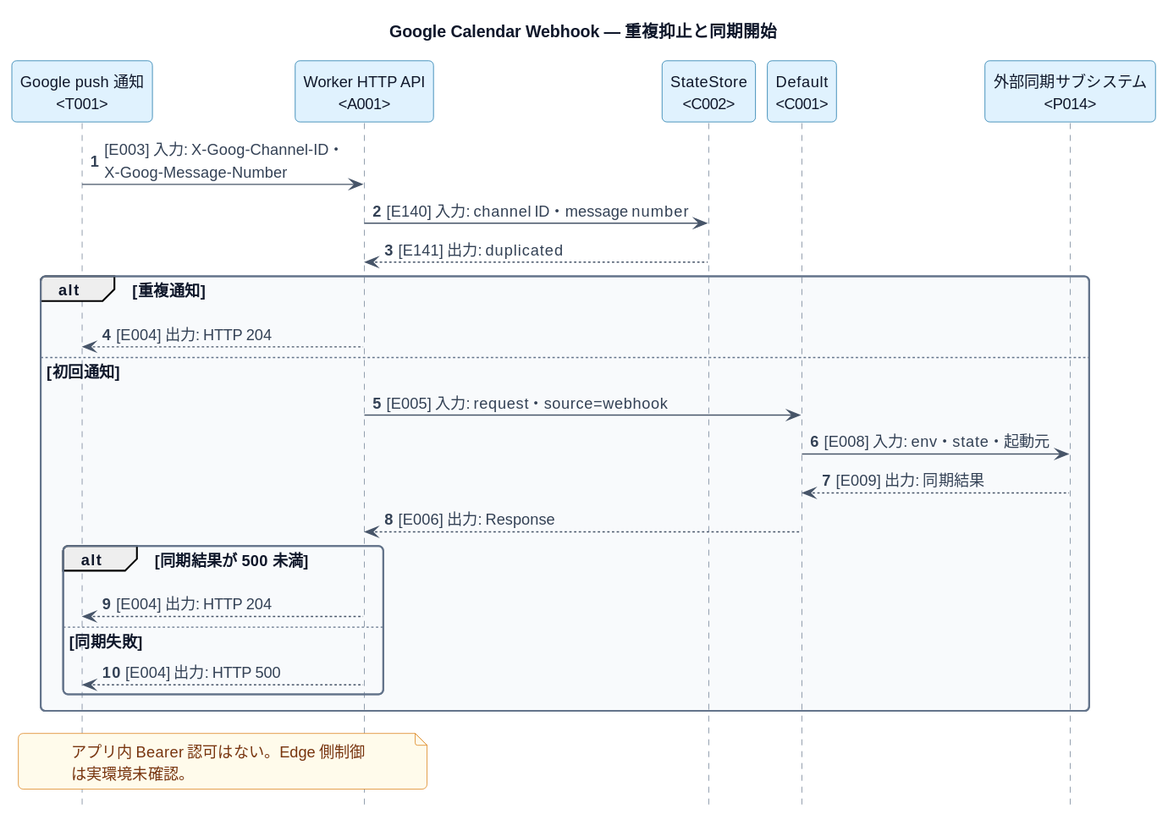
Before: docs/architecture/plantuml/rendered/flows/google-webhook.svg, a diagram exported from PlantUML (ichipiro/IE_Event_Bot).
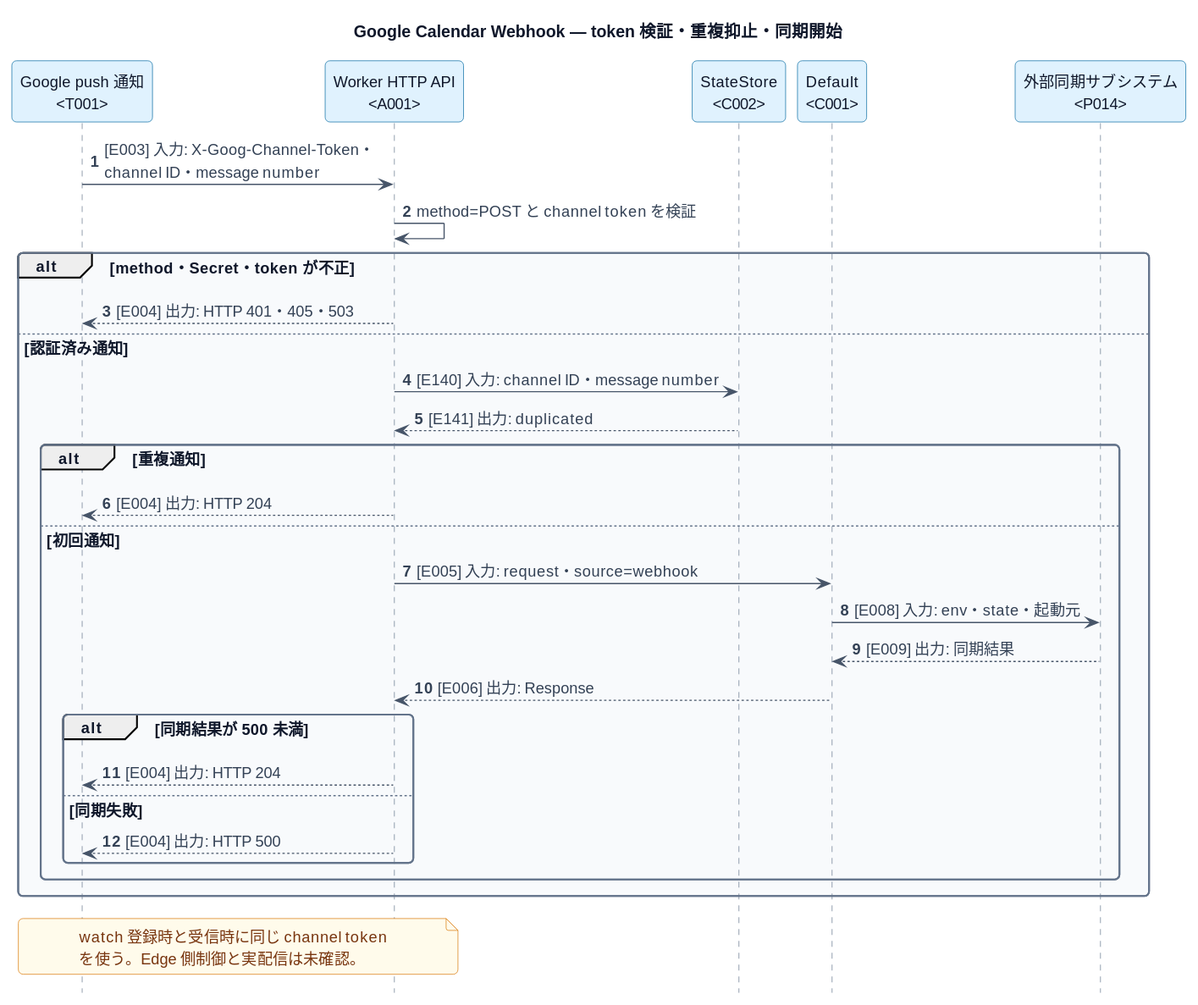
The same file after the commit.

Diff of the diagram source:
```diff
@@ -1,6 +1,6 @@
 @startuml
 !include ../_shared/style.puml
-title Google Calendar Webhook — 重複抑止と同期開始
+title Google Calendar Webhook — token 検証・重複抑止・同期開始
 hide footbox
 autonumber
 participant "Google push 通知\n<T001>" as T001
@@ -8,21 +8,26 @@
 participant "StateStore\n<C002>" as C002
 participant "Default\n<C001>" as C001
 participant "外部同期サブシステム\n<P014>" as P014
-T001 -> A001: [E003] 入力: X-Goog-Channel-ID・X-Goog-Message-Number
-A001 -> C002: [E140] 入力: channel ID・message number
-C002 --> A001: [E141] 出力: duplicated
-alt 重複通知
-  A001 --> T001: [E004] 出力: HTTP 204
-else 初回通知
-  A001 -> C001: [E005] 入力: request・source=webhook
-  C001 -> P014: [E008] 入力: env・state・起動元
-  P014 --> C001: [E009] 出力: 同期結果
-  C001 --> A001: [E006] 出力: Response
-  alt 同期結果が 500 未満
+T001 -> A001: [E003] 入力: X-Goog-Channel-Token・channel ID・message number
+A001 -> A001: method=POST と channel token を検証
+alt method・Secret・token が不正
+  A001 --> T001: [E004] 出力: HTTP 401・405・503
+else 認証済み通知
+  A001 -> C002: [E140] 入力: channel ID・message number
+  C002 --> A001: [E141] 出力: duplicated
+  alt 重複通知
     A001 --> T001: [E004] 出力: HTTP 204
-  else 同期失敗
-    A001 --> T001: [E004] 出力: HTTP 500
+  else 初回通知
+    A001 -> C001: [E005] 入力: request・source=webhook
+    C001 -> P014: [E008] 入力: env・state・起動元
+    P014 --> C001: [E009] 出力: 同期結果
+    C001 --> A001: [E006] 出力: Response
+    alt 同期結果が 500 未満
+      A001 --> T001: [E004] 出力: HTTP 204
+    else 同期失敗
+      A001 --> T001: [E004] 出力: HTTP 500
+    end
   end
 end
-note over T001,A001: アプリ内 Bearer 認可はない。Edge 側制御は実環境未確認。
+note over T001,A001: watch 登録時と受信時に同じ channel token を使う。Edge 側制御と実配信は未確認。
 @enduml
```
